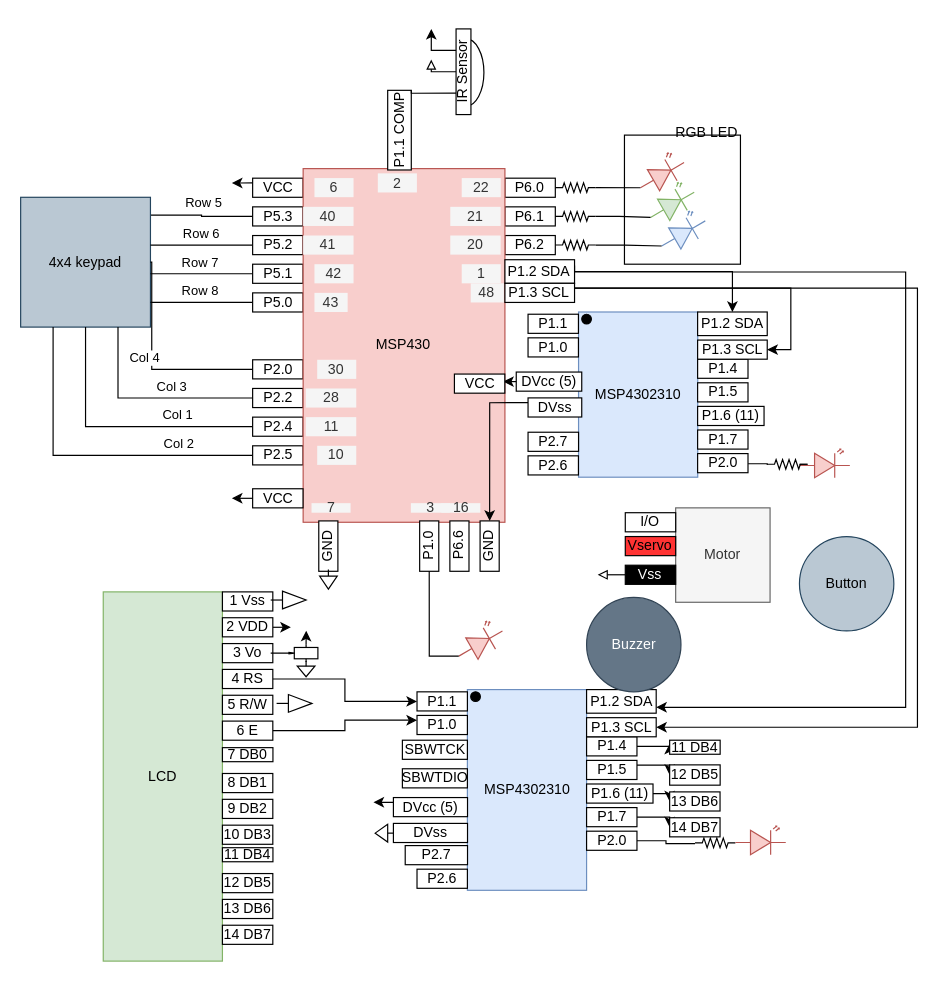
Before: page "CircuitDiagram" (3 of 4) of docs/planning/FinalProjectCharts.drawio in msu-eele-465/final-project-ecallery888, a draw.io diagram. Source tidied: cells renumbered, new cells numbered last; positions are measured from the earlier drawing's top-left corner, leaving out a move shared by most shapes. Both pictures are drawn from the tidied source at 118%, with x=0, y=0 at pixel (20, 28).
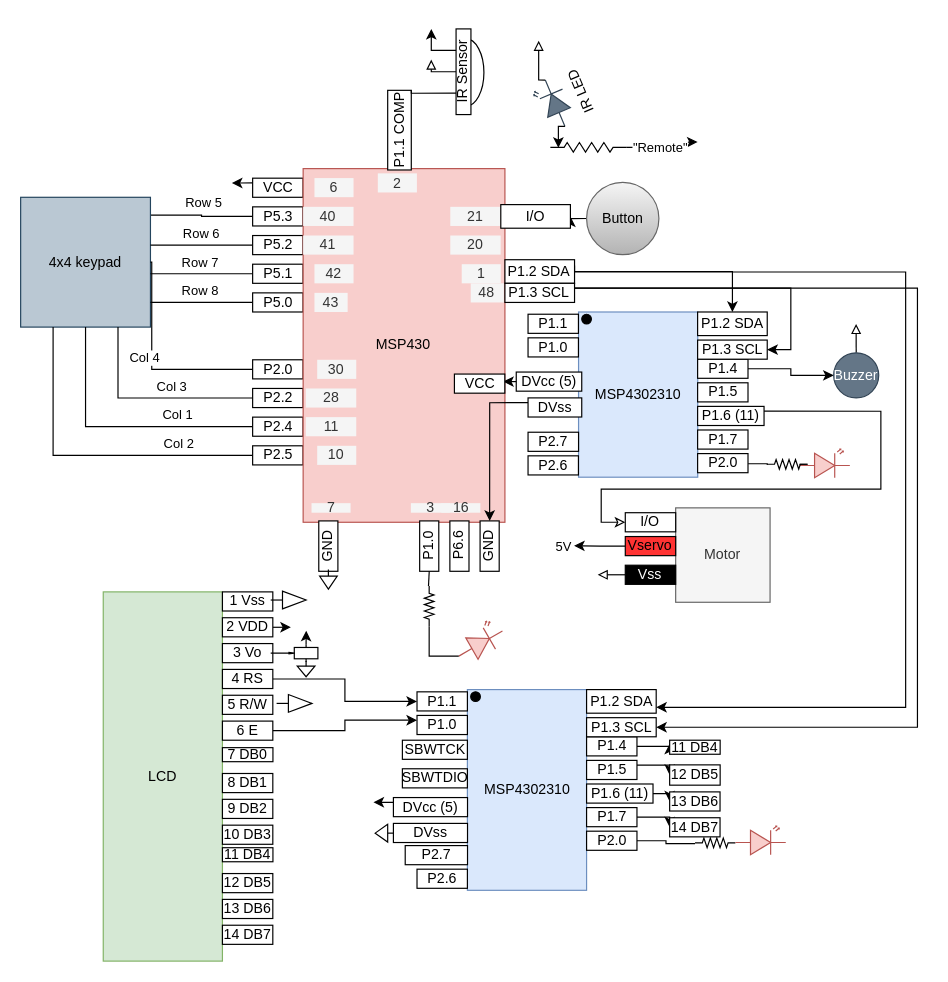
The same page after the edit.

Commit message (it also covers changes not shown here):
Updated circuit diagram

The change refers to these unchanged cells:
```xml
<mxCell id="3" value="P1.4" style="rounded=0;whiteSpace=wrap;html=1;" parent="1" vertex="1">
  <mxGeometry x="573.7" y="279.9" width="42.7" height="16.2" as="geometry" />
</mxCell>
<mxCell id="5" value="P1.6 (11)" style="rounded=0;whiteSpace=wrap;html=1;" parent="1" vertex="1">
  <mxGeometry x="573.7" y="319.9" width="56.3" height="16.2" as="geometry" />
</mxCell>
<mxCell id="46" value="P1.0" style="rounded=0;whiteSpace=wrap;html=1;direction=west;rotation=-90;" parent="44" vertex="1">
  <mxGeometry x="-25.6" y="24.3" width="42.7" height="16.2" as="geometry" />
</mxCell>
<mxCell id="57" style="verticalLabelPosition=bottom;shadow=0;dashed=0;align=center;html=1;verticalAlign=top;shape=mxgraph.electrical.opto_electronics.led_2;rotation=-30;fillColor=#f8cecc;strokeColor=#b85450;" parent="1" vertex="1">
  <mxGeometry x="367.6" y="507.2" width="42.7" height="24.3" as="geometry" />
</mxCell>
<mxCell id="153" value="I/O" style="rounded=0;whiteSpace=wrap;html=1;" parent="1" vertex="1">
  <mxGeometry x="512.4" y="410" width="42.7" height="16.2" as="geometry" />
</mxCell>
<mxCell id="154" value="Vservo" style="rounded=0;whiteSpace=wrap;html=1;fillColor=#FF3333;" parent="1" vertex="1">
  <mxGeometry x="512.4" y="430.2" width="42.7" height="16.2" as="geometry" />
</mxCell>
```

Change to the diagram source:
```diff
@@
+    <mxCell id="165" style="edgeStyle=orthogonalEdgeStyle;rounded=0;jettySize=auto;html=1;exitX=1;exitY=0.5;exitDx=0;exitDy=0;entryX=0;entryY=0.5;entryDx=0;entryDy=0;" parent="1" edge="1" source="3" target="164">
+      <mxGeometry relative="1" as="geometry" />
+    </mxCell>
@@
-    <mxCell id="40" value="P6.1" style="rounded=0;whiteSpace=wrap;html=1;" parent="1" vertex="1">
-      <mxGeometry x="410.4" y="150.8" width="42.7" height="16.2" as="geometry" />
-    </mxCell>
-    <mxCell id="41" value="P6.0" style="rounded=0;whiteSpace=wrap;html=1;" parent="1" vertex="1">
-      <mxGeometry x="410.4" y="126.5" width="42.7" height="16.2" as="geometry" />
-    </mxCell>
-    <mxCell id="42" value="P6.2" style="rounded=0;whiteSpace=wrap;html=1;" parent="1" vertex="1">
-      <mxGeometry x="410.4" y="175.1" width="42.7" height="16.2" as="geometry" />
-    </mxCell>
@@
-    <mxCell id="48" style="verticalLabelPosition=bottom;shadow=0;dashed=0;align=center;html=1;verticalAlign=top;shape=mxgraph.electrical.opto_electronics.led_2;rotation=-30;fillColor=#f8cecc;strokeColor=#b85450;" parent="1" vertex="1">
-      <mxGeometry x="521.5" y="110.3" width="42.7" height="24.3" as="geometry" />
-    </mxCell>
-    <mxCell id="49" style="verticalLabelPosition=bottom;shadow=0;dashed=0;align=center;html=1;verticalAlign=top;shape=mxgraph.electrical.opto_electronics.led_2;rotation=-30;fillColor=#d5e8d4;strokeColor=#82b366;" parent="1" vertex="1">
-      <mxGeometry x="530.1" y="135.4" width="42.7" height="24.3" as="geometry" />
-    </mxCell>
-    <mxCell id="50" style="verticalLabelPosition=bottom;shadow=0;dashed=0;align=center;html=1;verticalAlign=top;shape=mxgraph.electrical.opto_electronics.led_2;rotation=-30;fillColor=#dae8fc;strokeColor=#6c8ebf;" parent="1" vertex="1">
-      <mxGeometry x="539.5" y="159.7" width="42.7" height="24.3" as="geometry" />
-    </mxCell>
-    <mxCell id="51" style="verticalLabelPosition=bottom;shadow=0;dashed=0;align=center;html=1;verticalAlign=top;shape=mxgraph.electrical.resistors.resistor_2;" parent="1" vertex="1">
-      <mxGeometry x="453.1" y="130.5" width="34.2" height="8.1" as="geometry" />
-    </mxCell>
-    <mxCell id="52" style="verticalLabelPosition=bottom;shadow=0;dashed=0;align=center;html=1;verticalAlign=top;shape=mxgraph.electrical.resistors.resistor_2;" parent="1" vertex="1">
-      <mxGeometry x="453.1" y="154.8" width="34.2" height="8.1" as="geometry" />
-    </mxCell>
-    <mxCell id="53" style="edgeStyle=orthogonalEdgeStyle;rounded=0;jettySize=auto;html=1;entryX=0;entryY=0.57;entryDx=0;entryDy=0;entryPerimeter=0;endArrow=none;startFill=0;" parent="1" edge="1" source="54" target="50">
-      <mxGeometry relative="1" as="geometry" />
-    </mxCell>
-    <mxCell id="54" style="verticalLabelPosition=bottom;shadow=0;dashed=0;align=center;html=1;verticalAlign=top;shape=mxgraph.electrical.resistors.resistor_2;" parent="1" vertex="1">
-      <mxGeometry x="453.1" y="179.1" width="34.2" height="8.1" as="geometry" />
-    </mxCell>
-    <mxCell id="55" style="edgeStyle=orthogonalEdgeStyle;rounded=0;jettySize=auto;html=1;exitX=1;exitY=0.5;exitDx=0;exitDy=0;exitPerimeter=0;entryX=0;entryY=0.57;entryDx=0;entryDy=0;entryPerimeter=0;endArrow=none;startFill=0;" parent="1" edge="1" source="52" target="49">
-      <mxGeometry relative="1" as="geometry" />
-    </mxCell>
-    <mxCell id="56" style="edgeStyle=orthogonalEdgeStyle;rounded=0;jettySize=auto;html=1;exitX=1;exitY=0.5;exitDx=0;exitDy=0;exitPerimeter=0;entryX=0;entryY=0.57;entryDx=0;entryDy=0;entryPerimeter=0;endArrow=none;startFill=0;" parent="1" edge="1" source="51" target="48">
-      <mxGeometry relative="1" as="geometry" />
-    </mxCell>
@@
-    <mxCell id="58" style="edgeStyle=orthogonalEdgeStyle;rounded=0;jettySize=auto;html=1;exitX=1;exitY=0.5;exitDx=0;exitDy=0;entryX=0;entryY=0.57;entryDx=0;entryDy=0;entryPerimeter=0;endArrow=none;startFill=0;" parent="1" edge="1" source="46" target="57">
+    <mxCell id="58" style="edgeStyle=orthogonalEdgeStyle;rounded=0;jettySize=auto;html=1;exitX=1;exitY=0.5;exitDx=0;exitDy=0;entryX=0;entryY=0.57;entryDx=0;entryDy=0;entryPerimeter=0;endArrow=none;startFill=0;" parent="1" edge="1" source="179" target="57">
       <mxGeometry relative="1" as="geometry">
         <Array as="points">
           <mxPoint x="346.3" y="530.7" />
         </Array>
       </mxGeometry>
     </mxCell>
-    <mxCell id="59" value="RGB LED&lt;div&gt;&lt;br&gt;&lt;/div&gt;&lt;div&gt;&lt;br&gt;&lt;/div&gt;&lt;div&gt;&lt;br&gt;&lt;/div&gt;&lt;div&gt;&lt;br&gt;&lt;/div&gt;&lt;div&gt;&lt;br&gt;&lt;/div&gt;&lt;div&gt;&lt;br&gt;&lt;/div&gt;&lt;div&gt;&lt;br&gt;&lt;/div&gt;&lt;div&gt;&lt;br&gt;&lt;/div&gt;" style="rounded=0;whiteSpace=wrap;html=1;fillColor=none;align=right;" parent="1" vertex="1">
-      <mxGeometry x="511.7" y="90" width="98.3" height="109.4" as="geometry" />
-    </mxCell>
@@
-    <mxCell id="105" style="edgeStyle=orthogonalEdgeStyle;rounded=0;jettySize=auto;html=1;exitX=0;exitY=0.5;exitDx=0;exitDy=0;" parent="1" edge="1" source="106">
-      <mxGeometry relative="1" as="geometry">
-        <mxPoint x="179" y="398" as="targetPoint" />
-      </mxGeometry>
-    </mxCell>
-    <mxCell id="106" value="VCC" style="rounded=0;whiteSpace=wrap;html=1;" parent="1" vertex="1">
-      <mxGeometry x="196.6" y="389.7" width="42.7" height="16.2" as="geometry" />
-    </mxCell>
@@
-    <mxCell id="138" value="22" style="rounded=0;whiteSpace=wrap;html=1;fillColor=#f5f5f5;fontColor=#333333;strokeColor=none;" parent="1" vertex="1">
-      <mxGeometry x="373.8" y="126.4" width="33.1" height="16.2" as="geometry" />
-    </mxCell>
@@
+    <mxCell id="166" style="edgeStyle=orthogonalEdgeStyle;rounded=0;jettySize=auto;html=1;exitX=0;exitY=0.5;exitDx=0;exitDy=0;entryX=1;entryY=0.25;entryDx=0;entryDy=0;startArrow=classic;startFill=0;endArrow=none;" parent="1" edge="1" source="153" target="5">
+      <mxGeometry relative="1" as="geometry">
+        <Array as="points">
+          <mxPoint x="492" y="418" />
+          <mxPoint x="492" y="390" />
+          <mxPoint x="729" y="390" />
+          <mxPoint x="729" y="324" />
+        </Array>
+      </mxGeometry>
+    </mxCell>
@@
+    <mxCell id="167" style="edgeStyle=orthogonalEdgeStyle;rounded=0;jettySize=auto;html=1;exitX=0;exitY=0.5;exitDx=0;exitDy=0;" parent="1" edge="1" source="154">
+      <mxGeometry relative="1" as="geometry">
+        <mxPoint x="469" y="438" as="targetPoint" />
+      </mxGeometry>
+    </mxCell>
+    <mxCell id="168" value="5V" style="edgeLabel;html=1;align=center;verticalAlign=middle;" parent="167" vertex="1">
+      <mxGeometry x="0.38" relative="1" as="geometry">
+        <mxPoint x="-23" as="offset" />
+      </mxGeometry>
+    </mxCell>
@@
+    <mxCell id="169" style="edgeStyle=orthogonalEdgeStyle;rounded=0;jettySize=auto;html=1;exitX=0;exitY=0.5;exitDx=0;exitDy=0;entryX=1;entryY=0.5;entryDx=0;entryDy=0;" parent="1" edge="1" source="163" target="177">
+      <mxGeometry relative="1" as="geometry" />
+    </mxCell>
-    <mxCell id="163" value="Button" style="ellipse;whiteSpace=wrap;html=1;fillColor=#bac8d3;strokeColor=#23445d;" parent="1" vertex="1">
-      <mxGeometry x="660" y="430.2" width="80" height="80" as="geometry" />
+    <mxCell id="163" value="Button" style="ellipse;whiteSpace=wrap;html=1;fillColor=#f5f5f5;strokeColor=#666666;gradientColor=#b3b3b3;" parent="1" vertex="1">
+      <mxGeometry x="479.6" y="130" width="61.3" height="61.3" as="geometry" />
     </mxCell>
+    <mxCell id="170" style="edgeStyle=orthogonalEdgeStyle;rounded=0;jettySize=auto;html=1;exitX=0.5;exitY=0;exitDx=0;exitDy=0;endArrow=block;endFill=0;" parent="1" edge="1" source="164">
+      <mxGeometry relative="1" as="geometry">
+        <mxPoint x="708" y="250" as="targetPoint" />
+      </mxGeometry>
+    </mxCell>
     <mxCell id="164" value="Buzzer" style="ellipse;whiteSpace=wrap;html=1;fillColor=#647687;fontColor=#ffffff;strokeColor=#314354;" parent="1" vertex="1">
-      <mxGeometry x="479.6" y="481.8" width="80" height="80" as="geometry" />
+      <mxGeometry x="689" y="274.5" width="38.2" height="38.2" as="geometry" />
     </mxCell>
+    <mxCell id="171" style="edgeStyle=orthogonalEdgeStyle;rounded=0;jettySize=auto;html=1;exitX=1;exitY=0.57;exitDx=0;exitDy=0;exitPerimeter=0;endArrow=block;endFill=0;" parent="1" edge="1" source="172">
+      <mxGeometry relative="1" as="geometry">
+        <mxPoint x="439" y="10" as="targetPoint" />
+      </mxGeometry>
+    </mxCell>
+    <mxCell id="172" value="&lt;span&gt;&lt;font style=&quot;color: rgb(0, 0, 0);&quot;&gt;IR LED&lt;/font&gt;&lt;/span&gt;" style="verticalLabelPosition=bottom;shadow=0;dashed=0;align=center;html=1;verticalAlign=top;shape=mxgraph.electrical.opto_electronics.led_2;rotation=-113;fillColor=#647687;strokeColor=#314354;fontColor=#ffffff;" parent="1" vertex="1">
+      <mxGeometry x="430" y="51.5" width="42.7" height="24.3" as="geometry" />
+    </mxCell>
+    <mxCell id="173" style="edgeStyle=orthogonalEdgeStyle;rounded=0;jettySize=auto;html=1;exitX=1;exitY=0.5;exitDx=0;exitDy=0;exitPerimeter=0;" parent="1" edge="1" source="175">
+      <mxGeometry relative="1" as="geometry">
+        <mxPoint x="573.7" y="95.8" as="targetPoint" />
+      </mxGeometry>
+    </mxCell>
+    <mxCell id="174" value="&quot;Remote&quot;" style="edgeLabel;html=1;align=center;verticalAlign=middle;" parent="173" vertex="1">
+      <mxGeometry x="-0.13" relative="1" as="geometry" />
+    </mxCell>
+    <mxCell id="175" style="verticalLabelPosition=bottom;shadow=0;dashed=0;align=center;html=1;verticalAlign=top;shape=mxgraph.electrical.resistors.resistor_2;" parent="1" vertex="1">
+      <mxGeometry x="448.9" y="96.3" width="64.8" height="8.1" as="geometry" />
+    </mxCell>
+    <mxCell id="176" style="edgeStyle=orthogonalEdgeStyle;rounded=0;jettySize=auto;html=1;exitX=0;exitY=0.57;exitDx=0;exitDy=0;exitPerimeter=0;entryX=0.105;entryY=0.554;entryDx=0;entryDy=0;entryPerimeter=0;" parent="1" edge="1" source="172" target="175">
+      <mxGeometry relative="1" as="geometry" />
+    </mxCell>
+    <mxCell id="177" value="I/O" style="rounded=0;whiteSpace=wrap;html=1;" parent="1" vertex="1">
+      <mxGeometry x="406.9" y="148.9" width="59" height="20" as="geometry" />
+    </mxCell>
+    <mxCell id="178" style="edgeStyle=orthogonalEdgeStyle;rounded=0;jettySize=auto;html=1;exitX=1;exitY=0.5;exitDx=0;exitDy=0;entryX=0;entryY=0.57;entryDx=0;entryDy=0;entryPerimeter=0;endArrow=none;startFill=0;" parent="1" edge="1" source="46" target="179">
+      <mxGeometry relative="1" as="geometry" />
+    </mxCell>
+    <mxCell id="179" style="verticalLabelPosition=bottom;shadow=0;dashed=0;align=center;html=1;verticalAlign=top;shape=mxgraph.electrical.resistors.resistor_2;rotation=90;" parent="1" vertex="1">
+      <mxGeometry x="329.1" y="485.2" width="34.2" height="8.1" as="geometry" />
+    </mxCell>
```
